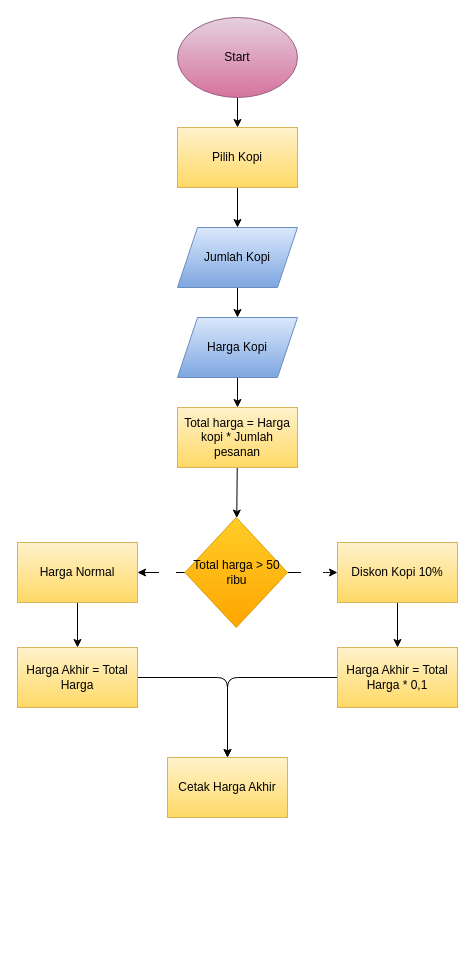
Earlier version of the draw.io diagram flowchart.drawio (rosanovarian/Rosa_Novarian_Agninditya_Nugroho-Kalkulator_Diskon_Kopi). Source tidied: cells renumbered, new cells numbered last; positions are measured from the earlier drawing's top-left corner, leaving out a move shared by most shapes. Both pictures are drawn from the tidied source at 100%, with x=0, y=0 at pixel (17, 17).
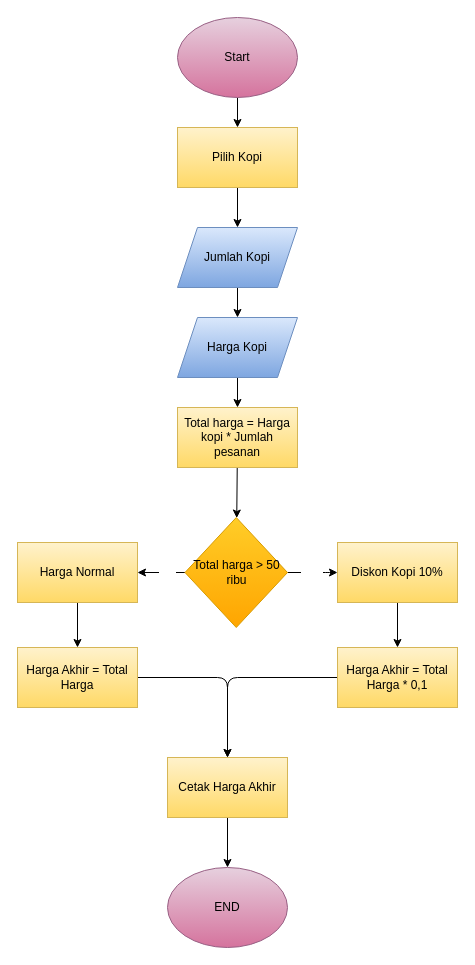
The same page after the edit.

Unchanged cells that the change refers to:
```xml
<mxCell id="21" value="&lt;font color=&quot;#000000&quot;&gt;Cetak Harga Akhir&lt;/font&gt;" style="rounded=0;whiteSpace=wrap;html=1;fillColor=#fff2cc;gradientColor=#ffd966;strokeColor=#d6b656;" parent="1" vertex="1">
  <mxGeometry x="150" y="740" width="120" height="60" as="geometry" />
</mxCell>
```

Diff of the diagram source:
```diff
@@
+    <mxCell id="26" style="edgeStyle=none;html=1;fontColor=#000000;" parent="1" edge="1" source="21" target="27">
+      <mxGeometry relative="1" as="geometry" />
+    </mxCell>
@@
+    <mxCell id="27" value="&lt;font color=&quot;#000000&quot;&gt;END&lt;/font&gt;" style="ellipse;whiteSpace=wrap;html=1;fillColor=#e6d0de;gradientColor=#d5739d;strokeColor=#996185;" parent="1" vertex="1">
+      <mxGeometry x="150" y="850" width="120" height="80" as="geometry" />
+    </mxCell>
```
